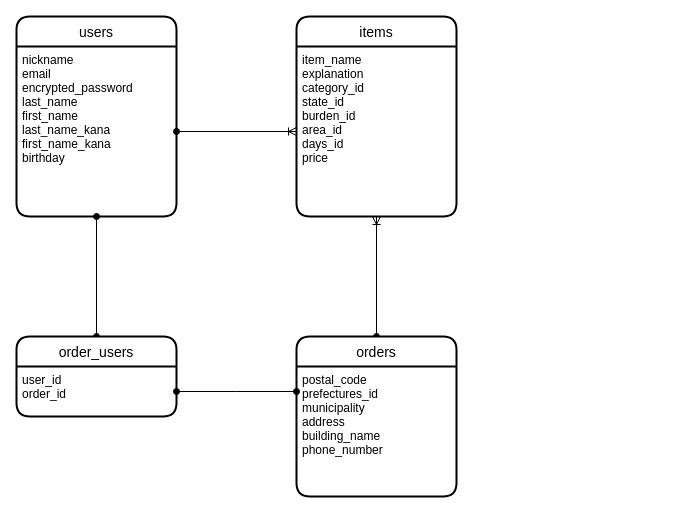
Above: furima_er.dio in sasaki-ichigo/furima-33050 (draw.io), before the change. Source tidied: cells renumbered, new cells numbered last; positions are measured from the earlier drawing's top-left corner, leaving out a move shared by most shapes. Both pictures are drawn from the tidied source at 100%, with x=0, y=0 at pixel (16, 16).
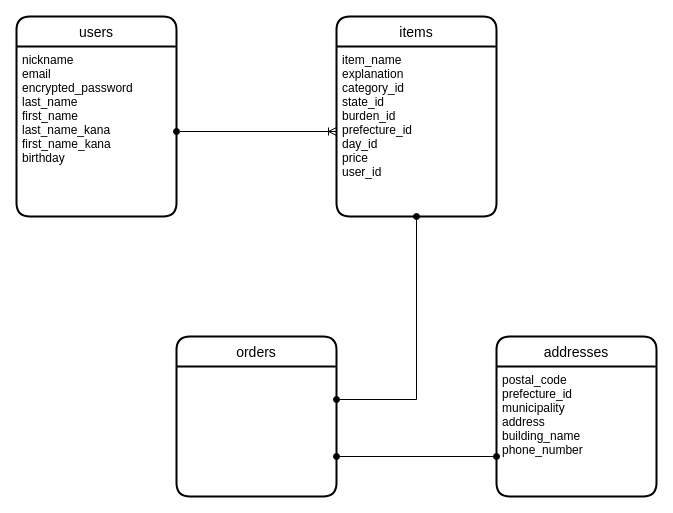
The same diagram, later.

The edit, as a diff of the source:
```diff
@@
 <mxGraphModel>
   <root>
     <mxCell id="0" />
     <mxCell id="1" parent="0" />
     <mxCell id="2" value="users" style="swimlane;horizontal=1;startSize=30;rounded=1;fontSize=14;fontStyle=0;strokeWidth=2;shadow=0;dashed=0;align=center;" parent="1" vertex="1">
       <mxGeometry width="160" height="200" as="geometry" />
     </mxCell>
     <mxCell id="3" value="nickname&#10;email&#10;encrypted_password&#10;last_name&#10;first_name&#10;last_name_kana&#10;first_name_kana&#10;birthday" style="align=left;strokeColor=none;fillColor=none;spacingLeft=4;fontSize=12;verticalAlign=top;" parent="2" vertex="1">
       <mxGeometry y="30" width="160" height="170" as="geometry" />
     </mxCell>
     <mxCell id="4" value="items" style="swimlane;horizontal=1;startSize=30;rounded=1;fontSize=14;fontStyle=0;strokeWidth=2;shadow=0;dashed=0;align=center;" parent="1" vertex="1">
-      <mxGeometry x="280" width="160" height="200" as="geometry" />
+      <mxGeometry x="320" width="160" height="200" as="geometry" />
     </mxCell>
-    <mxCell id="5" value="item_name&#10;explanation&#10;category_id&#10;state_id&#10;burden_id&#10;area_id&#10;days_id&#10;price" style="align=left;strokeColor=none;fillColor=none;spacingLeft=4;fontSize=12;verticalAlign=top;" parent="4" vertex="1">
+    <mxCell id="5" value="item_name&#10;explanation&#10;category_id&#10;state_id&#10;burden_id&#10;prefecture_id&#10;day_id&#10;price&#10;user_id" style="align=left;strokeColor=none;fillColor=none;spacingLeft=4;fontSize=12;verticalAlign=top;" parent="4" vertex="1">
       <mxGeometry y="30" width="160" height="170" as="geometry" />
     </mxCell>
-    <mxCell id="6" style="edgeStyle=orthogonalEdgeStyle;rounded=0;jettySize=auto;html=1;exitX=0.5;exitY=0;exitDx=0;exitDy=0;entryX=0.5;entryY=1;entryDx=0;entryDy=0;startArrow=oval;startFill=1;endArrow=ERoneToMany;endFill=0;" parent="1" edge="1" source="7" target="5">
-      <mxGeometry relative="1" as="geometry" />
-    </mxCell>
+    <mxCell id="15" style="edgeStyle=orthogonalEdgeStyle;rounded=0;jettySize=auto;html=1;exitX=1;exitY=0.75;exitDx=0;exitDy=0;startArrow=oval;startFill=1;endArrow=oval;endFill=1;entryX=0;entryY=0.75;entryDx=0;entryDy=0;" parent="1" edge="1" source="7" target="16">
+      <mxGeometry relative="1" as="geometry" />
+    </mxCell>
     <mxCell id="7" value="orders" style="swimlane;horizontal=1;startSize=30;rounded=1;fontSize=14;fontStyle=0;strokeWidth=2;shadow=0;dashed=0;align=center;" parent="1" vertex="1">
-      <mxGeometry x="280" y="320" width="160" height="160" as="geometry" />
+      <mxGeometry x="160" y="320" width="160" height="160" as="geometry" />
     </mxCell>
-    <mxCell id="8" value="postal_code&#10;prefectures_id&#10;municipality&#10;address&#10;building_name&#10;phone_number" style="align=left;strokeColor=none;fillColor=none;spacingLeft=4;fontSize=12;verticalAlign=top;" parent="7" vertex="1">
-      <mxGeometry y="30" width="160" height="130" as="geometry" />
-    </mxCell>
-    <mxCell id="9" style="edgeStyle=orthogonalEdgeStyle;rounded=0;jettySize=auto;html=1;exitX=0.5;exitY=0;exitDx=0;exitDy=0;entryX=0.5;entryY=1;entryDx=0;entryDy=0;startArrow=oval;startFill=1;endArrow=oval;endFill=1;" parent="1" edge="1" source="10" target="3">
-      <mxGeometry relative="1" as="geometry" />
-    </mxCell>
-    <mxCell id="10" value="order_users" style="swimlane;horizontal=1;startSize=30;rounded=1;fontSize=14;fontStyle=0;strokeWidth=2;shadow=0;dashed=0;align=center;" parent="1" vertex="1">
-      <mxGeometry y="320" width="160" height="80" as="geometry" />
-    </mxCell>
-    <mxCell id="11" value="user_id&#10;order_id" style="align=left;strokeColor=none;fillColor=none;spacingLeft=4;fontSize=12;verticalAlign=top;" parent="10" vertex="1">
-      <mxGeometry y="30" width="160" height="50" as="geometry" />
-    </mxCell>
-    <mxCell id="12" style="edgeStyle=orthogonalEdgeStyle;rounded=0;orthogonalLoop=1;jettySize=auto;html=1;exitX=0.5;exitY=1;exitDx=0;exitDy=0;startArrow=ERoneToMany;startFill=0;endArrow=ERoneToMany;endFill=0;" parent="10" edge="1" source="11" target="11">
-      <mxGeometry relative="1" as="geometry" />
-    </mxCell>
     <mxCell id="13" style="edgeStyle=orthogonalEdgeStyle;rounded=0;jettySize=auto;html=1;exitX=1;exitY=0.5;exitDx=0;exitDy=0;entryX=0;entryY=0.5;entryDx=0;entryDy=0;startArrow=oval;startFill=1;endArrow=ERoneToMany;endFill=0;" parent="1" edge="1" source="3" target="5">
       <mxGeometry relative="1" as="geometry" />
     </mxCell>
-    <mxCell id="14" style="edgeStyle=orthogonalEdgeStyle;rounded=0;jettySize=auto;html=1;exitX=1;exitY=0.5;exitDx=0;exitDy=0;startArrow=oval;startFill=1;endArrow=oval;endFill=1;" parent="1" edge="1" source="11">
-      <mxGeometry relative="1" as="geometry">
-        <mxPoint x="280" y="375" as="targetPoint" />
-      </mxGeometry>
-    </mxCell>
+    <mxCell id="16" value="addresses" style="swimlane;horizontal=1;startSize=30;rounded=1;fontSize=14;fontStyle=0;strokeWidth=2;shadow=0;dashed=0;align=center;" parent="1" vertex="1">
+      <mxGeometry x="480" y="320" width="160" height="160" as="geometry" />
+    </mxCell>
+    <mxCell id="17" value="postal_code&#10;prefecture_id&#10;municipality&#10;address&#10;building_name&#10;phone_number" style="align=left;strokeColor=none;fillColor=none;spacingLeft=4;fontSize=12;verticalAlign=top;" parent="16" vertex="1">
+      <mxGeometry y="30" width="160" height="130" as="geometry" />
+    </mxCell>
+    <mxCell id="18" style="edgeStyle=orthogonalEdgeStyle;rounded=0;jettySize=auto;html=1;startArrow=oval;startFill=1;endArrow=oval;endFill=1;entryX=0.5;entryY=1;entryDx=0;entryDy=0;" parent="1" edge="1" target="5">
+      <mxGeometry relative="1" as="geometry">
+        <mxPoint x="320" y="383" as="sourcePoint" />
+        <Array as="points">
+          <mxPoint x="400" y="383" />
+        </Array>
+      </mxGeometry>
+    </mxCell>
   </root>
 </mxGraphModel>
```
